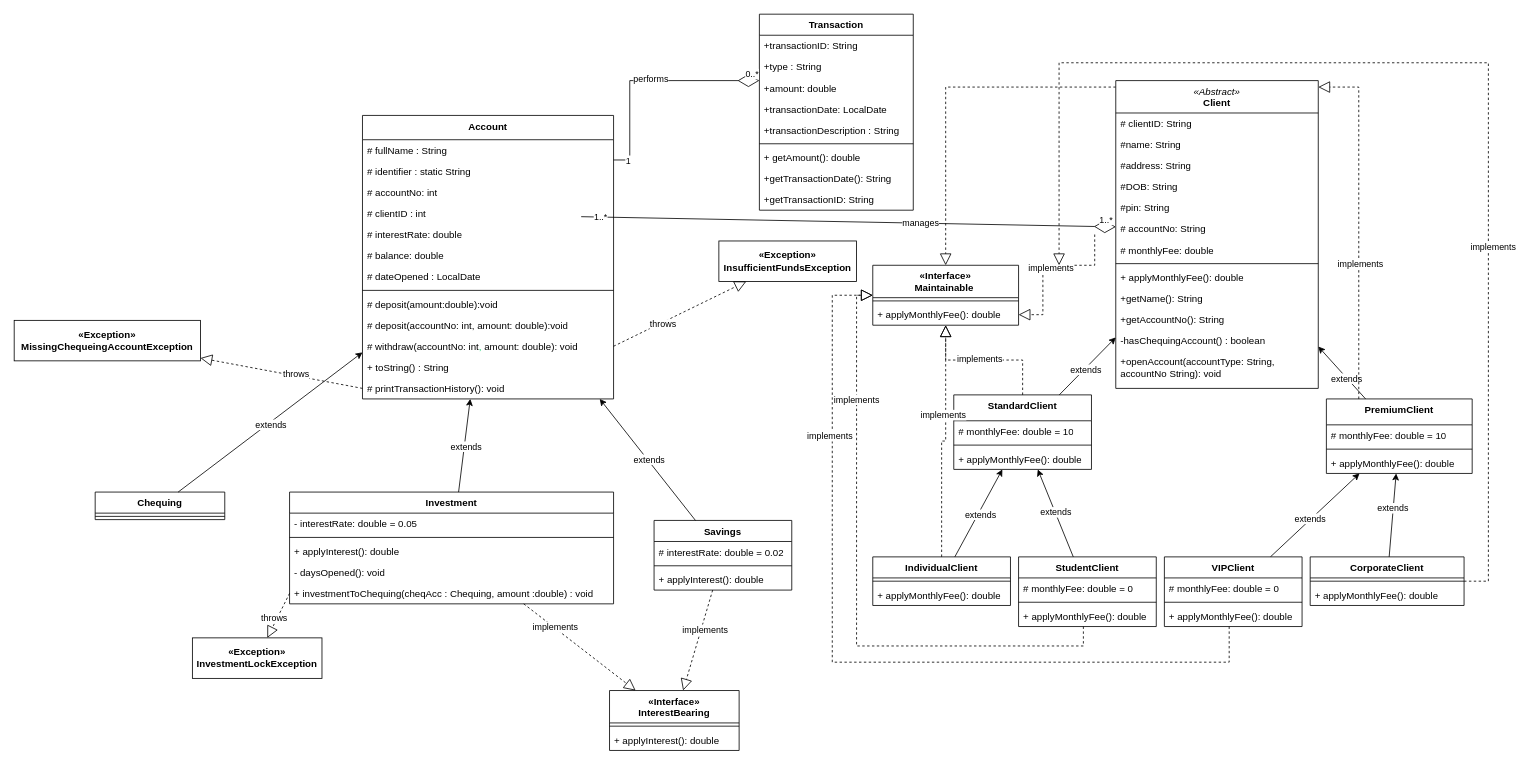
This is UML Diagram_Deliv1.drawio from R-A-8/E-Banking-Application, a draw.io file, before an edit. Source tidied: cells renumbered, new cells numbered last; positions are measured from the earlier drawing's top-left corner, leaving out a move shared by most shapes. Both pictures are drawn from the tidied source at 81%, with x=0, y=0 at pixel (14, 14).
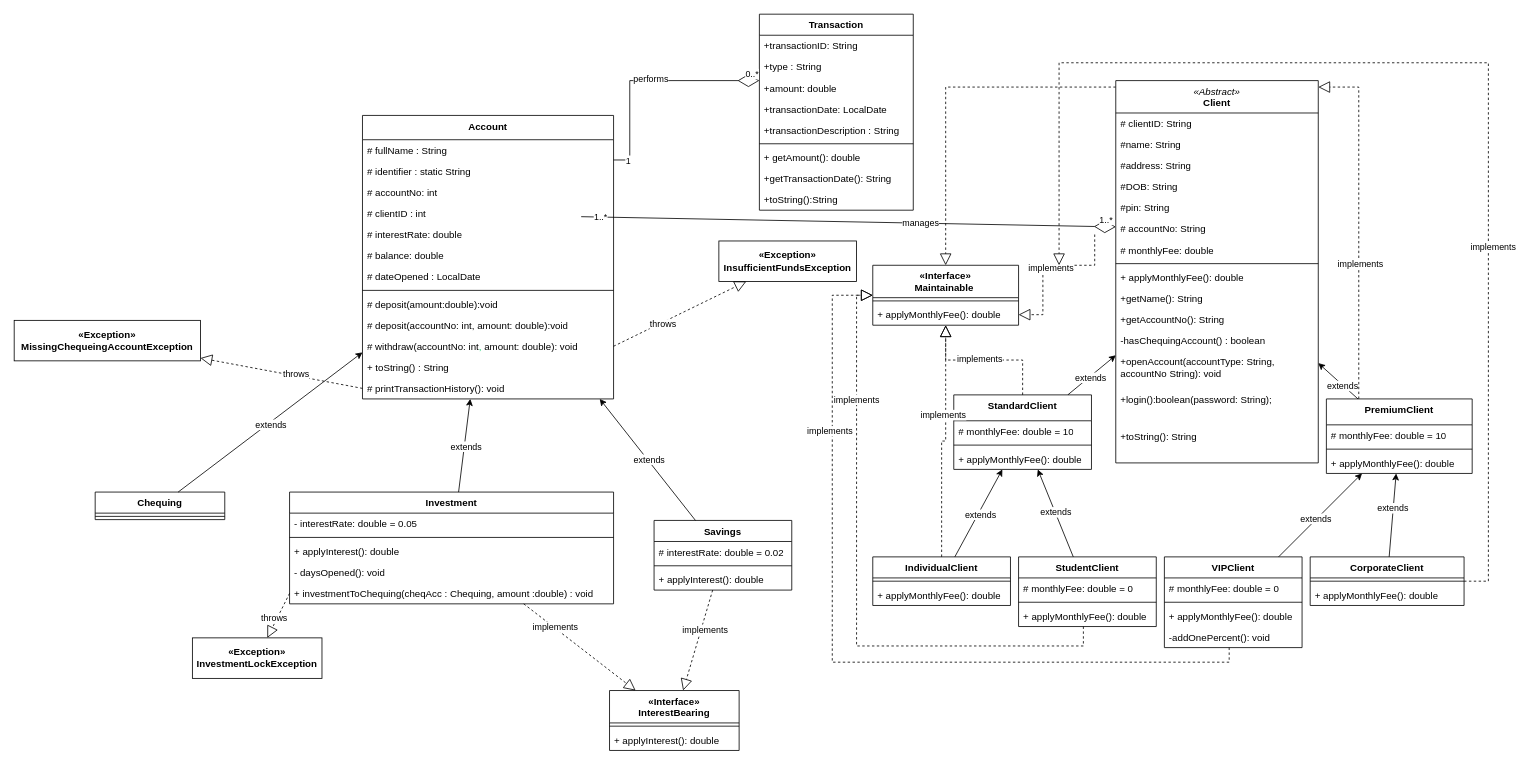
The same page after the edit.

Commit message:
Real Final UML

The change refers to these unchanged cells:
```xml
<mxCell id="94" value="Transaction" style="swimlane;fontStyle=1;align=center;verticalAlign=top;horizontal=1;startSize=26;whiteSpace=wrap;html=1;" parent="1" vertex="1">
  <mxGeometry x="920" width="190" height="242" as="geometry" />
</mxCell>
```

Change to the diagram source:
```diff
@@
     <mxCell id="43" value="VIPClient" style="swimlane;fontStyle=1;align=center;verticalAlign=top;horizontal=1;startSize=26;whiteSpace=wrap;html=1;" parent="1" vertex="1">
-      <mxGeometry x="1420" y="670" width="170" height="86" as="geometry" />
+      <mxGeometry x="1420" y="670" width="170" height="112" as="geometry" />
     </mxCell>
@@
+    <mxCell id="134" value="-addOnePercent(): void" style="text;strokeColor=none;fillColor=none;align=left;verticalAlign=top;spacingLeft=4;spacingRight=4;overflow=hidden;whiteSpace=wrap;html=1;" parent="43" vertex="1">
+      <mxGeometry y="86" width="170" height="26" as="geometry" />
+    </mxCell>
@@
-    <mxCell id="103" value="+getTransactionID: String" style="text;strokeColor=none;fillColor=none;align=left;verticalAlign=top;spacingLeft=4;spacingRight=4;overflow=hidden;whiteSpace=wrap;html=1;" parent="94" vertex="1">
+    <mxCell id="103" value="+toString():String" style="text;strokeColor=none;fillColor=none;align=left;verticalAlign=top;spacingLeft=4;spacingRight=4;overflow=hidden;whiteSpace=wrap;html=1;" parent="94" vertex="1">
       <mxGeometry y="216" width="190" height="26" as="geometry" />
     </mxCell>
@@
     <mxCell id="120" value="&lt;div style=&quot;&quot;&gt;&lt;span style=&quot;font-weight: normal;&quot;&gt;&lt;i&gt;«Abstract»&lt;/i&gt;&lt;/span&gt;&lt;/div&gt;Client" style="swimlane;fontStyle=1;align=center;verticalAlign=top;horizontal=1;startSize=40;whiteSpace=wrap;html=1;" parent="1" vertex="1">
-      <mxGeometry x="1360" y="82" width="250" height="380" as="geometry" />
+      <mxGeometry x="1360" y="82" width="250" height="472" as="geometry" />
     </mxCell>
@@
+    <mxCell id="135" value="+login():boolean(password: String);" style="text;strokeColor=none;fillColor=none;align=left;verticalAlign=top;spacingLeft=4;spacingRight=4;overflow=hidden;whiteSpace=wrap;html=1;" parent="120" vertex="1">
+      <mxGeometry y="380" width="250" height="46" as="geometry" />
+    </mxCell>
+    <mxCell id="136" value="+toString(): String" style="text;strokeColor=none;fillColor=none;align=left;verticalAlign=top;spacingLeft=4;spacingRight=4;overflow=hidden;whiteSpace=wrap;html=1;" parent="120" vertex="1">
+      <mxGeometry y="426" width="250" height="46" as="geometry" />
+    </mxCell>
```
